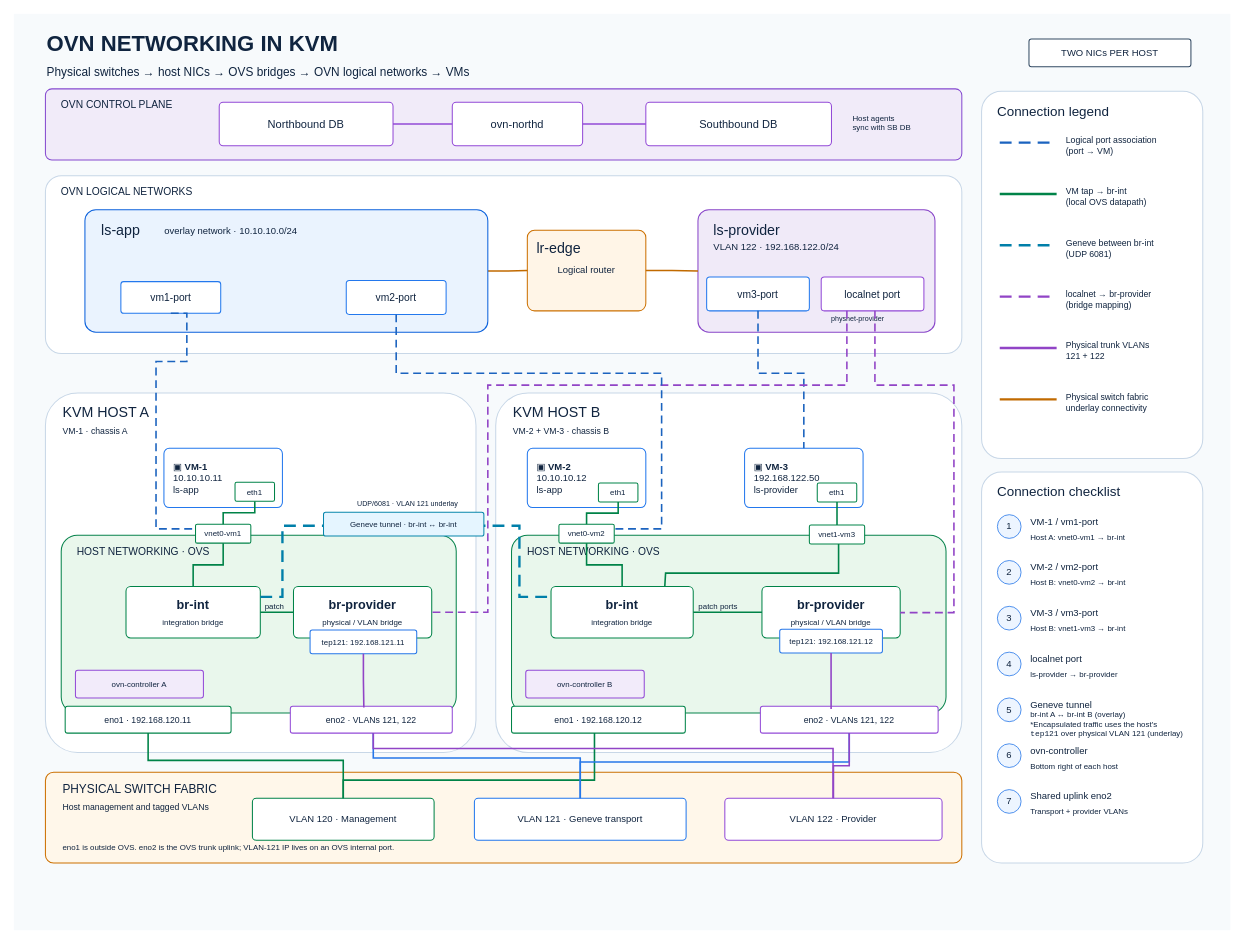
Before: ovn_kvm_editable.drawio in rumart/kvm-ovn-networking-doc, a draw.io diagram. Source tidied: cells renumbered, new cells numbered last; positions are measured from the earlier drawing's top-left corner, leaving out a move shared by most shapes. Both pictures are drawn from the tidied source at 79%, with x=0, y=0 at pixel (13, 13).
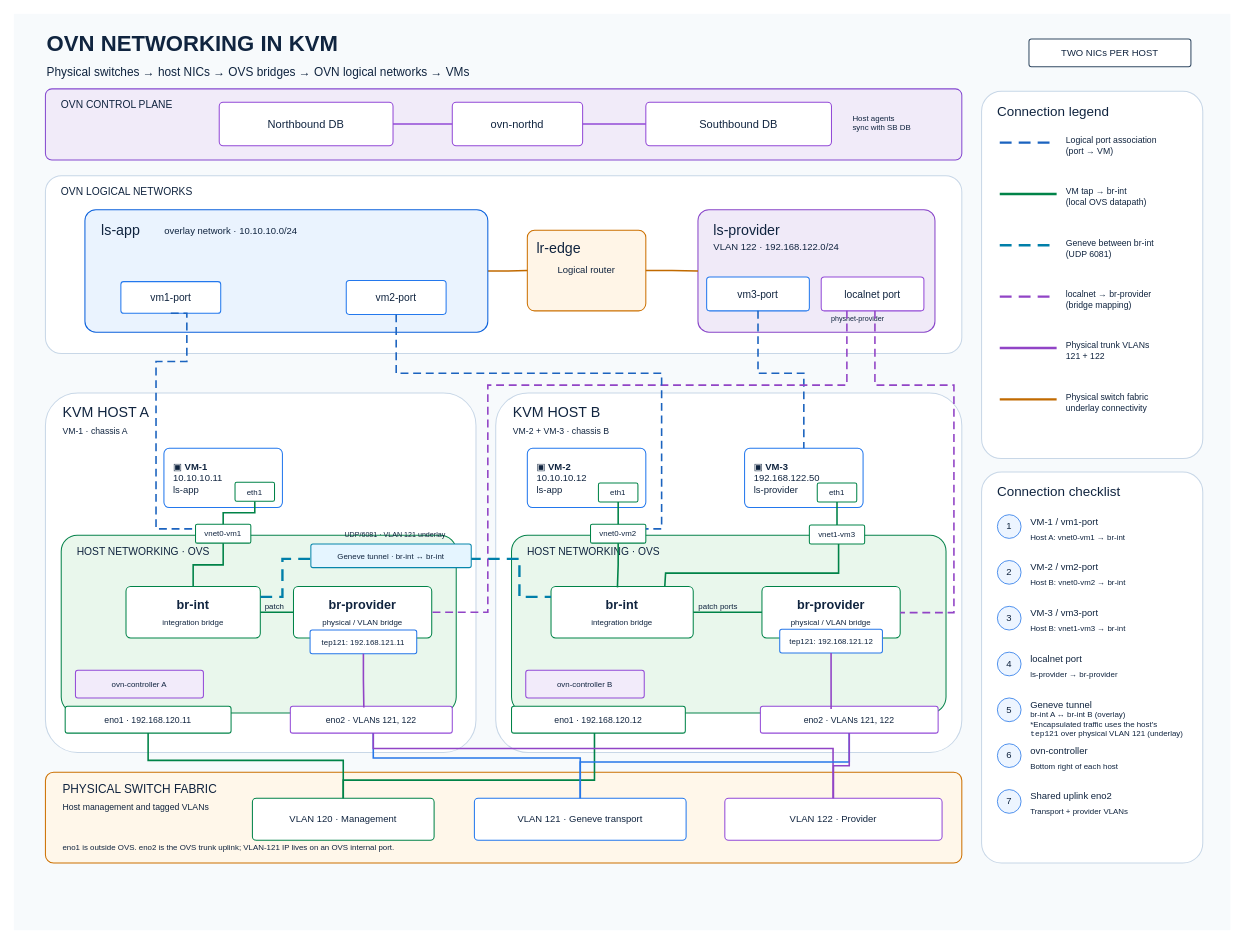
After the change.

Unchanged cells that the change refers to:
```xml
<mxCell id="45" value="&lt;b&gt;br-int&lt;/b&gt;&lt;br&gt;&lt;font style=&quot;font-size:10px&quot;&gt;integration bridge&lt;/font&gt;" style="rounded=1;arcSize=9;whiteSpace=wrap;html=1;fillColor=#ffffff;strokeColor=#008348;strokeWidth=1.3;fontSize=16;fontFamily=Helvetica;fontColor=#10243f;" parent="1" vertex="1">
  <mxGeometry x="142" y="725" width="170" height="65" as="geometry" />
</mxCell>
<mxCell id="47" value="&lt;b&gt;br-int&lt;/b&gt;&lt;br&gt;&lt;font style=&quot;font-size:10px&quot;&gt;integration bridge&lt;/font&gt;" style="rounded=1;arcSize=9;whiteSpace=wrap;html=1;fillColor=#ffffff;strokeColor=#008348;strokeWidth=1.3;fontSize=16;fontFamily=Helvetica;fontColor=#10243f;" parent="1" vertex="1">
  <mxGeometry x="680" y="725" width="180" height="65" as="geometry" />
</mxCell>
```

Diff of the diagram source:
```diff
@@
     <mxCell id="43" value="vnet0-vm2" style="rounded=1;arcSize=9;whiteSpace=wrap;html=1;fillColor=#ffffff;strokeColor=#008348;strokeWidth=1.3;fontSize=10;fontFamily=Helvetica;fontColor=#10243f;" parent="1" vertex="1">
-      <mxGeometry x="690" y="646" width="70" height="24" as="geometry" />
+      <mxGeometry x="730" y="646" width="70" height="24" as="geometry" />
     </mxCell>
@@
-    <mxCell id="70" style="edgeStyle=orthogonalEdgeStyle;rounded=0;html=1;endArrow=none;startArrow=none;strokeColor=#008348;strokeWidth=2;" parent="1" edge="1" source="43" target="47">
+    <mxCell id="70" style="edgeStyle=orthogonalEdgeStyle;rounded=0;html=1;endArrow=none;startArrow=none;strokeColor=#008348;strokeWidth=2;entryX=0.467;entryY=0.015;entryDx=0;entryDy=0;entryPerimeter=0;" parent="1" edge="1" source="43" target="47">
       <mxGeometry relative="1" as="geometry" />
     </mxCell>
@@
     <mxCell id="76" style="edgeStyle=orthogonalEdgeStyle;rounded=0;html=1;endArrow=none;startArrow=none;strokeColor=#007fa9;strokeWidth=3;dashed=1;dashPattern=5 3;exitX=1;exitY=0.2;entryX=0;entryY=0.2;" parent="1" edge="1" source="45" target="47">
       <mxGeometry relative="1" as="geometry">
         <Array as="points">
           <mxPoint x="340" y="738" />
-          <mxPoint x="340" y="648" />
-          <mxPoint x="640" y="648" />
+          <mxPoint x="340" y="690" />
+          <mxPoint x="640" y="690" />
           <mxPoint x="640" y="738" />
         </Array>
       </mxGeometry>
     </mxCell>
@@
     <mxCell id="131" style="group;" parent="1" vertex="1">
-      <mxGeometry x="392" y="612" width="241" height="49" as="geometry" />
+      <mxGeometry x="376" y="652" width="241" height="49" as="geometry" />
     </mxCell>
```
